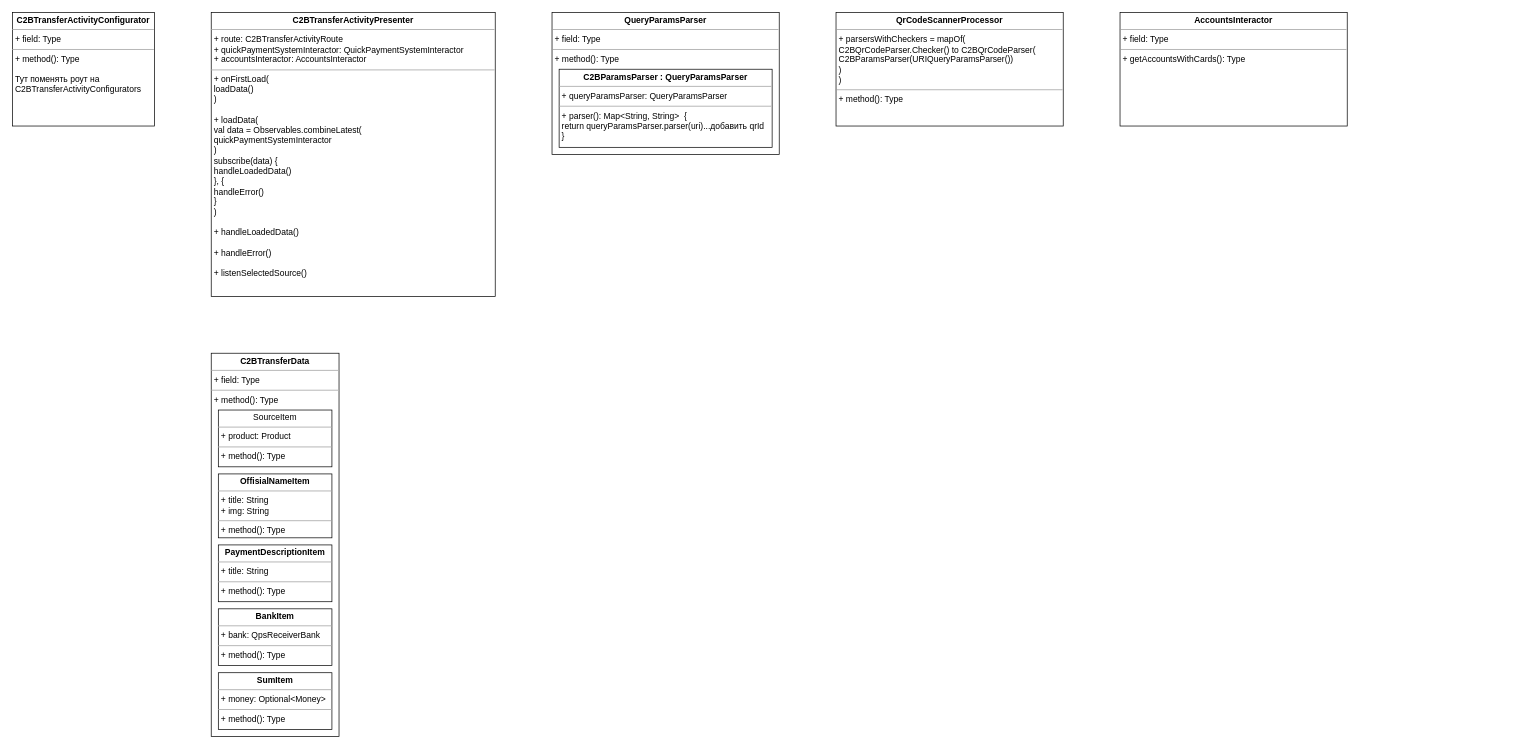
The draw.io diagram UNI-14927.drawio in ShiryaevNikolay/diagrams, before the edit. Source tidied: cells renumbered, new cells numbered last; positions are measured from the earlier drawing's top-left corner, leaving out a move shared by most shapes. Both pictures are drawn from the tidied source at 71%, with x=0, y=0 at pixel (12, 12).
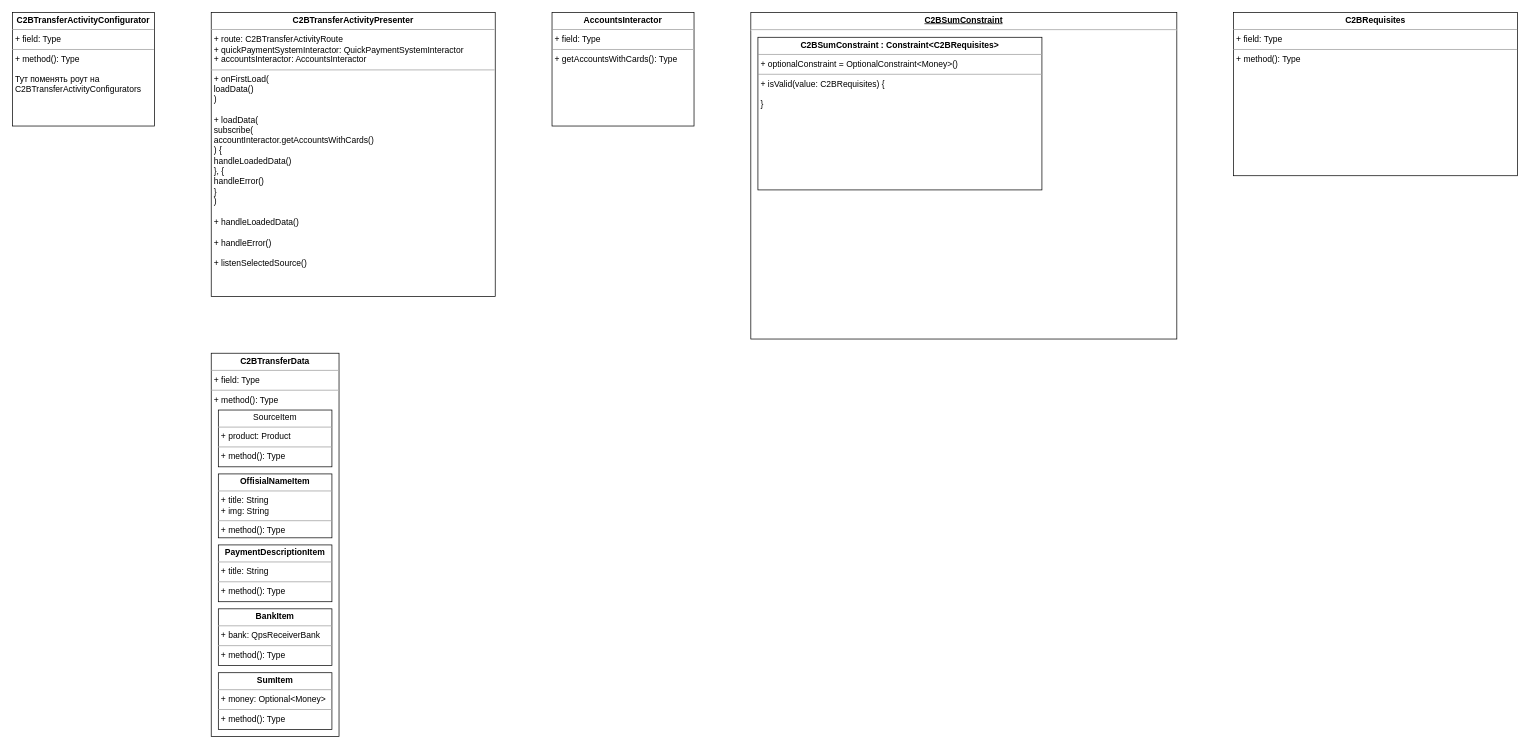
After the change.

The edit, as a diff of the source:
```diff
@@
 <mxGraphModel>
   <root>
     <mxCell id="0" />
     <mxCell id="1" parent="0" />
-    <mxCell id="2" value="&lt;p style=&quot;margin: 0px ; margin-top: 4px ; text-align: center&quot;&gt;&lt;b&gt;C2BTransferActivityPresenter&lt;/b&gt;&lt;/p&gt;&lt;hr size=&quot;1&quot;&gt;&lt;p style=&quot;margin: 0px ; margin-left: 4px&quot;&gt;+ route: C2BTransferActivityRoute&lt;/p&gt;&lt;p style=&quot;margin: 0px ; margin-left: 4px&quot;&gt;+ quickPaymentSystemInteractor: QuickPaymentSystemInteractor&lt;/p&gt;&lt;p style=&quot;margin: 0px ; margin-left: 4px&quot;&gt;+ accountsInteractor: AccountsInteractor&lt;br&gt;&lt;/p&gt;&lt;hr size=&quot;1&quot;&gt;&lt;p style=&quot;margin: 0px ; margin-left: 4px&quot;&gt;+ onFirstLoad(&lt;/p&gt;&lt;p style=&quot;margin: 0px ; margin-left: 4px&quot;&gt;loadData()&lt;br&gt;&lt;/p&gt;&lt;p style=&quot;margin: 0px ; margin-left: 4px&quot;&gt;)&lt;/p&gt;&lt;p style=&quot;margin: 0px ; margin-left: 4px&quot;&gt;&lt;br&gt;&lt;/p&gt;&lt;p style=&quot;margin: 0px ; margin-left: 4px&quot;&gt;+ loadData(&lt;/p&gt;&lt;p style=&quot;margin: 0px ; margin-left: 4px&quot;&gt;val data = Observables.combineLatest(&lt;/p&gt;&lt;p style=&quot;margin: 0px ; margin-left: 4px&quot;&gt;quickPaymentSystemInteractor&lt;br&gt;&lt;/p&gt;&lt;p style=&quot;margin: 0px ; margin-left: 4px&quot;&gt;)&lt;br&gt;&lt;/p&gt;&lt;p style=&quot;margin: 0px ; margin-left: 4px&quot;&gt;subscribe(data) {&lt;/p&gt;&lt;p style=&quot;margin: 0px ; margin-left: 4px&quot;&gt;&lt;span&gt; &lt;/span&gt;handleLoadedData()&lt;br&gt;&lt;/p&gt;&lt;p style=&quot;margin: 0px ; margin-left: 4px&quot;&gt;}, {&lt;/p&gt;&lt;p style=&quot;margin: 0px ; margin-left: 4px&quot;&gt;handleError()&lt;br&gt;&lt;/p&gt;&lt;p style=&quot;margin: 0px ; margin-left: 4px&quot;&gt;}&lt;br&gt;&lt;/p&gt;&lt;p style=&quot;margin: 0px ; margin-left: 4px&quot;&gt;)&lt;/p&gt;&lt;p style=&quot;margin: 0px ; margin-left: 4px&quot;&gt;&lt;br&gt;&lt;/p&gt;&lt;p style=&quot;margin: 0px ; margin-left: 4px&quot;&gt;+ handleLoadedData()&lt;/p&gt;&lt;p style=&quot;margin: 0px ; margin-left: 4px&quot;&gt;&lt;br&gt;&lt;/p&gt;&lt;p style=&quot;margin: 0px ; margin-left: 4px&quot;&gt;+ handleError()&lt;/p&gt;&lt;p style=&quot;margin: 0px ; margin-left: 4px&quot;&gt;&lt;br&gt;&lt;/p&gt;&lt;p style=&quot;margin: 0px ; margin-left: 4px&quot;&gt;+ listenSelectedSource()&lt;br&gt;&lt;/p&gt;" style="verticalAlign=top;align=left;overflow=fill;fontSize=12;fontFamily=Helvetica;html=1;" parent="1" vertex="1">
+    <mxCell id="2" value="&lt;p style=&quot;margin: 0px ; margin-top: 4px ; text-align: center&quot;&gt;&lt;b&gt;C2BTransferActivityPresenter&lt;/b&gt;&lt;/p&gt;&lt;hr size=&quot;1&quot;&gt;&lt;p style=&quot;margin: 0px ; margin-left: 4px&quot;&gt;+ route: C2BTransferActivityRoute&lt;/p&gt;&lt;p style=&quot;margin: 0px ; margin-left: 4px&quot;&gt;+ quickPaymentSystemInteractor: QuickPaymentSystemInteractor&lt;/p&gt;&lt;p style=&quot;margin: 0px ; margin-left: 4px&quot;&gt;+ accountsInteractor: AccountsInteractor&lt;br&gt;&lt;/p&gt;&lt;hr size=&quot;1&quot;&gt;&lt;p style=&quot;margin: 0px ; margin-left: 4px&quot;&gt;+ onFirstLoad(&lt;/p&gt;&lt;p style=&quot;margin: 0px ; margin-left: 4px&quot;&gt;loadData()&lt;br&gt;&lt;/p&gt;&lt;p style=&quot;margin: 0px ; margin-left: 4px&quot;&gt;)&lt;/p&gt;&lt;p style=&quot;margin: 0px ; margin-left: 4px&quot;&gt;&lt;br&gt;&lt;/p&gt;&lt;p style=&quot;margin: 0px ; margin-left: 4px&quot;&gt;+ loadData(&lt;/p&gt;&lt;p style=&quot;margin: 0px ; margin-left: 4px&quot;&gt;subscribe(&lt;/p&gt;&lt;p style=&quot;margin: 0px ; margin-left: 4px&quot;&gt;accountInteractor.getAccountsWithCards()&lt;br&gt;&lt;/p&gt;&lt;p style=&quot;margin: 0px ; margin-left: 4px&quot;&gt;) {&lt;/p&gt;&lt;p style=&quot;margin: 0px ; margin-left: 4px&quot;&gt;&lt;span&gt; &lt;/span&gt;handleLoadedData()&lt;br&gt;&lt;/p&gt;&lt;p style=&quot;margin: 0px ; margin-left: 4px&quot;&gt;}, {&lt;/p&gt;&lt;p style=&quot;margin: 0px ; margin-left: 4px&quot;&gt;handleError()&lt;br&gt;&lt;/p&gt;&lt;p style=&quot;margin: 0px ; margin-left: 4px&quot;&gt;}&lt;br&gt;&lt;/p&gt;&lt;p style=&quot;margin: 0px ; margin-left: 4px&quot;&gt;)&lt;/p&gt;&lt;p style=&quot;margin: 0px ; margin-left: 4px&quot;&gt;&lt;br&gt;&lt;/p&gt;&lt;p style=&quot;margin: 0px ; margin-left: 4px&quot;&gt;+ handleLoadedData()&lt;/p&gt;&lt;p style=&quot;margin: 0px ; margin-left: 4px&quot;&gt;&lt;br&gt;&lt;/p&gt;&lt;p style=&quot;margin: 0px ; margin-left: 4px&quot;&gt;+ handleError()&lt;/p&gt;&lt;p style=&quot;margin: 0px ; margin-left: 4px&quot;&gt;&lt;br&gt;&lt;/p&gt;&lt;p style=&quot;margin: 0px ; margin-left: 4px&quot;&gt;+ listenSelectedSource()&lt;br&gt;&lt;/p&gt;" style="verticalAlign=top;align=left;overflow=fill;fontSize=12;fontFamily=Helvetica;html=1;" parent="1" vertex="1">
       <mxGeometry x="280" width="400" height="400" as="geometry" />
     </mxCell>
-    <mxCell id="3" value="&lt;p style=&quot;margin: 0px ; margin-top: 4px ; text-align: center&quot;&gt;&lt;b&gt;QueryParamsParser&lt;/b&gt;&lt;/p&gt;&lt;hr size=&quot;1&quot;&gt;&lt;p style=&quot;margin: 0px ; margin-left: 4px&quot;&gt;+ field: Type&lt;/p&gt;&lt;hr size=&quot;1&quot;&gt;&lt;p style=&quot;margin: 0px ; margin-left: 4px&quot;&gt;+ method(): Type&lt;/p&gt;" style="verticalAlign=top;align=left;overflow=fill;fontSize=12;fontFamily=Helvetica;html=1;" parent="1" vertex="1">
-      <mxGeometry x="760" width="320" height="200" as="geometry" />
-    </mxCell>
-    <mxCell id="4" value="&lt;p style=&quot;margin: 0px ; margin-top: 4px ; text-align: center&quot;&gt;&lt;b&gt;C2BParamsParser : QueryParamsParser&lt;br&gt;&lt;/b&gt;&lt;/p&gt;&lt;hr size=&quot;1&quot;&gt;&lt;p style=&quot;margin: 0px ; margin-left: 4px&quot;&gt;+ queryParamsParser: QueryParamsParser&lt;/p&gt;&lt;hr size=&quot;1&quot;&gt;&lt;p style=&quot;margin: 0px ; margin-left: 4px&quot;&gt;+ parser(): Map&amp;lt;String, String&amp;gt;&amp;nbsp; {&lt;/p&gt;&lt;p style=&quot;margin: 0px ; margin-left: 4px&quot;&gt;&lt;span&gt; &lt;/span&gt;return queryParamsParser.parser(uri)...добавить qrId&lt;br&gt;&lt;/p&gt;&lt;p style=&quot;margin: 0px ; margin-left: 4px&quot;&gt;}&lt;br&gt;&lt;/p&gt;" style="verticalAlign=top;align=left;overflow=fill;fontSize=12;fontFamily=Helvetica;html=1;" parent="1" vertex="1">
-      <mxGeometry x="770" y="80" width="300" height="110" as="geometry" />
-    </mxCell>
-    <mxCell id="5" value="&lt;p style=&quot;margin: 0px ; margin-top: 4px ; text-align: center&quot;&gt;&lt;b&gt;QrCodeScannerProcessor&lt;/b&gt;&lt;/p&gt;&lt;hr size=&quot;1&quot;&gt;&lt;p style=&quot;margin: 0px ; margin-left: 4px&quot;&gt;+ parsersWithCheckers = mapOf(&lt;/p&gt;&lt;p style=&quot;margin: 0px ; margin-left: 4px&quot;&gt;C2BQrCodeParser.Checker() to C2BQrCodeParser(&lt;/p&gt;&lt;p style=&quot;margin: 0px ; margin-left: 4px&quot;&gt;C2BParamsParser(URIQueryParamsParser())&lt;br&gt;&lt;/p&gt;&lt;p style=&quot;margin: 0px ; margin-left: 4px&quot;&gt;)&lt;br&gt;&lt;/p&gt;&lt;p style=&quot;margin: 0px ; margin-left: 4px&quot;&gt;)&lt;br&gt;&lt;/p&gt;&lt;hr size=&quot;1&quot;&gt;&lt;p style=&quot;margin: 0px ; margin-left: 4px&quot;&gt;+ method(): Type&lt;/p&gt;" style="verticalAlign=top;align=left;overflow=fill;fontSize=12;fontFamily=Helvetica;html=1;" parent="1" vertex="1">
-      <mxGeometry x="1160" width="320" height="160" as="geometry" />
-    </mxCell>
     <mxCell id="6" value="&lt;p style=&quot;margin: 0px ; margin-top: 4px ; text-align: center&quot;&gt;&lt;b&gt;C2BTransferActivityConfigurator&lt;/b&gt;&lt;/p&gt;&lt;hr size=&quot;1&quot;&gt;&lt;p style=&quot;margin: 0px ; margin-left: 4px&quot;&gt;+ field: Type&lt;/p&gt;&lt;hr size=&quot;1&quot;&gt;&lt;p style=&quot;margin: 0px ; margin-left: 4px&quot;&gt;+ method(): Type&lt;/p&gt;&lt;p style=&quot;margin: 0px ; margin-left: 4px&quot;&gt;&lt;br&gt;&lt;/p&gt;&lt;p style=&quot;margin: 0px ; margin-left: 4px&quot;&gt;Тут поменять роут на &lt;br&gt;&lt;/p&gt;&lt;p style=&quot;margin: 0px ; margin-left: 4px&quot;&gt;C2BTransferActivityConfigurators&lt;br&gt;&lt;/p&gt;" style="verticalAlign=top;align=left;overflow=fill;fontSize=12;fontFamily=Helvetica;html=1;" parent="1" vertex="1">
       <mxGeometry width="200" height="160" as="geometry" />
     </mxCell>
     <mxCell id="7" value="&lt;p style=&quot;margin: 0px ; margin-top: 4px ; text-align: center&quot;&gt;&lt;b&gt;AccountsInteractor&lt;/b&gt;&lt;/p&gt;&lt;hr size=&quot;1&quot;&gt;&lt;p style=&quot;margin: 0px ; margin-left: 4px&quot;&gt;+ field: Type&lt;/p&gt;&lt;hr size=&quot;1&quot;&gt;&lt;p style=&quot;margin: 0px ; margin-left: 4px&quot;&gt;+ getAccountsWithCards(): Type&lt;/p&gt;" style="verticalAlign=top;align=left;overflow=fill;fontSize=12;fontFamily=Helvetica;html=1;" parent="1" vertex="1">
-      <mxGeometry x="1560" width="320" height="160" as="geometry" />
+      <mxGeometry x="760" width="200" height="160" as="geometry" />
     </mxCell>
     <mxCell id="8" value="&lt;p style=&quot;margin: 0px ; margin-top: 4px ; text-align: center&quot;&gt;&lt;b&gt;C2BTransferData&lt;/b&gt;&lt;/p&gt;&lt;hr size=&quot;1&quot;&gt;&lt;p style=&quot;margin: 0px ; margin-left: 4px&quot;&gt;+ field: Type&lt;/p&gt;&lt;hr size=&quot;1&quot;&gt;&lt;p style=&quot;margin: 0px ; margin-left: 4px&quot;&gt;+ method(): Type&lt;/p&gt;" style="verticalAlign=top;align=left;overflow=fill;fontSize=12;fontFamily=Helvetica;html=1;" parent="1" vertex="1">
       <mxGeometry x="280" y="480" width="180" height="540" as="geometry" />
     </mxCell>
     <mxCell id="9" value="&lt;p style=&quot;margin: 0px ; margin-top: 4px ; text-align: center&quot;&gt;&lt;b&gt;BankItem&lt;/b&gt;&lt;/p&gt;&lt;hr size=&quot;1&quot;&gt;&lt;p style=&quot;margin: 0px ; margin-left: 4px&quot;&gt;+ bank: QpsReceiverBank&lt;/p&gt;&lt;hr size=&quot;1&quot;&gt;&lt;p style=&quot;margin: 0px ; margin-left: 4px&quot;&gt;+ method(): Type&lt;/p&gt;" style="verticalAlign=top;align=left;overflow=fill;fontSize=12;fontFamily=Helvetica;html=1;" parent="1" vertex="1">
       <mxGeometry x="290" y="840" width="160" height="80" as="geometry" />
     </mxCell>
     <mxCell id="10" value="&lt;p style=&quot;margin: 0px ; margin-top: 4px ; text-align: center&quot;&gt;&lt;b&gt;OffisialNameItem&lt;/b&gt;&lt;/p&gt;&lt;hr size=&quot;1&quot;&gt;&lt;p style=&quot;margin: 0px ; margin-left: 4px&quot;&gt;+ title: String&lt;/p&gt;&lt;p style=&quot;margin: 0px ; margin-left: 4px&quot;&gt;+ img: String&lt;br&gt;&lt;/p&gt;&lt;hr size=&quot;1&quot;&gt;&lt;p style=&quot;margin: 0px ; margin-left: 4px&quot;&gt;+ method(): Type&lt;/p&gt;" style="verticalAlign=top;align=left;overflow=fill;fontSize=12;fontFamily=Helvetica;html=1;" parent="1" vertex="1">
       <mxGeometry x="290" y="650" width="160" height="90" as="geometry" />
     </mxCell>
     <mxCell id="11" value="&lt;p style=&quot;margin: 0px ; margin-top: 4px ; text-align: center&quot;&gt;&lt;b&gt;PaymentDescriptionItem&lt;/b&gt;&lt;/p&gt;&lt;hr size=&quot;1&quot;&gt;&lt;p style=&quot;margin: 0px ; margin-left: 4px&quot;&gt;+ title: String&lt;/p&gt;&lt;hr size=&quot;1&quot;&gt;&lt;p style=&quot;margin: 0px ; margin-left: 4px&quot;&gt;+ method(): Type&lt;/p&gt;" style="verticalAlign=top;align=left;overflow=fill;fontSize=12;fontFamily=Helvetica;html=1;" parent="1" vertex="1">
       <mxGeometry x="290" y="750" width="160" height="80" as="geometry" />
     </mxCell>
     <mxCell id="12" value="&lt;p style=&quot;margin: 0px ; margin-top: 4px ; text-align: center&quot;&gt;SourceItem&lt;/p&gt;&lt;hr size=&quot;1&quot;&gt;&lt;p style=&quot;margin: 0px ; margin-left: 4px&quot;&gt;+ product: Product&lt;/p&gt;&lt;hr size=&quot;1&quot;&gt;&lt;p style=&quot;margin: 0px ; margin-left: 4px&quot;&gt;+ method(): Type&lt;/p&gt;" style="verticalAlign=top;align=left;overflow=fill;fontSize=12;fontFamily=Helvetica;html=1;" parent="1" vertex="1">
       <mxGeometry x="290" y="560" width="160" height="80" as="geometry" />
     </mxCell>
     <mxCell id="13" value="&lt;p style=&quot;margin: 0px ; margin-top: 4px ; text-align: center&quot;&gt;&lt;b&gt;SumItem&lt;/b&gt;&lt;/p&gt;&lt;hr size=&quot;1&quot;&gt;&lt;p style=&quot;margin: 0px ; margin-left: 4px&quot;&gt;+ money: Optional&amp;lt;Money&amp;gt;&lt;/p&gt;&lt;hr size=&quot;1&quot;&gt;&lt;p style=&quot;margin: 0px ; margin-left: 4px&quot;&gt;+ method(): Type&lt;/p&gt;" style="verticalAlign=top;align=left;overflow=fill;fontSize=12;fontFamily=Helvetica;html=1;" parent="1" vertex="1">
       <mxGeometry x="290" y="930" width="160" height="80" as="geometry" />
     </mxCell>
+    <mxCell id="14" value="&lt;p style=&quot;margin: 0px ; margin-top: 4px ; text-align: center ; text-decoration: underline&quot;&gt;&lt;b&gt;C2BSumConstraint&lt;/b&gt;&lt;/p&gt;&lt;hr&gt;&lt;p style=&quot;margin: 0px ; margin-left: 8px&quot;&gt;&lt;br&gt;&lt;/p&gt;" style="verticalAlign=top;align=left;overflow=fill;fontSize=12;fontFamily=Helvetica;html=1;" parent="1" vertex="1">
+      <mxGeometry x="1040" width="600" height="460" as="geometry" />
+    </mxCell>
+    <mxCell id="15" value="&lt;p style=&quot;margin: 0px ; margin-top: 4px ; text-align: center&quot;&gt;&lt;b&gt;C2BSumConstraint : Constraint&amp;lt;C2BRequisites&amp;gt;&lt;br&gt;&lt;/b&gt;&lt;/p&gt;&lt;hr size=&quot;1&quot;&gt;&lt;p style=&quot;margin: 0px ; margin-left: 4px&quot;&gt;+ optionalConstraint = OptionalConstraint&amp;lt;Money&amp;gt;()&lt;br&gt;&lt;/p&gt;&lt;hr size=&quot;1&quot;&gt;&lt;p style=&quot;margin: 0px ; margin-left: 4px&quot;&gt;+ isValid(value: C2BRequisites) {&lt;/p&gt;&lt;p style=&quot;margin: 0px ; margin-left: 4px&quot;&gt;&lt;br&gt;&lt;/p&gt;&lt;p style=&quot;margin: 0px ; margin-left: 4px&quot;&gt;}&lt;br&gt;&lt;/p&gt;" style="verticalAlign=top;align=left;overflow=fill;fontSize=12;fontFamily=Helvetica;html=1;" parent="1" vertex="1">
+      <mxGeometry x="1050" y="35" width="400" height="215" as="geometry" />
+    </mxCell>
+    <mxCell id="16" value="&lt;p style=&quot;margin: 0px ; margin-top: 4px ; text-align: center&quot;&gt;&lt;b&gt;C2BRequisites&lt;/b&gt;&lt;/p&gt;&lt;hr size=&quot;1&quot;&gt;&lt;p style=&quot;margin: 0px ; margin-left: 4px&quot;&gt;+ field: Type&lt;/p&gt;&lt;hr size=&quot;1&quot;&gt;&lt;p style=&quot;margin: 0px ; margin-left: 4px&quot;&gt;+ method(): Type&lt;/p&gt;" style="verticalAlign=top;align=left;overflow=fill;fontSize=12;fontFamily=Helvetica;html=1;" parent="1" vertex="1">
+      <mxGeometry x="1720" width="400" height="230" as="geometry" />
+    </mxCell>
   </root>
 </mxGraphModel>
```
